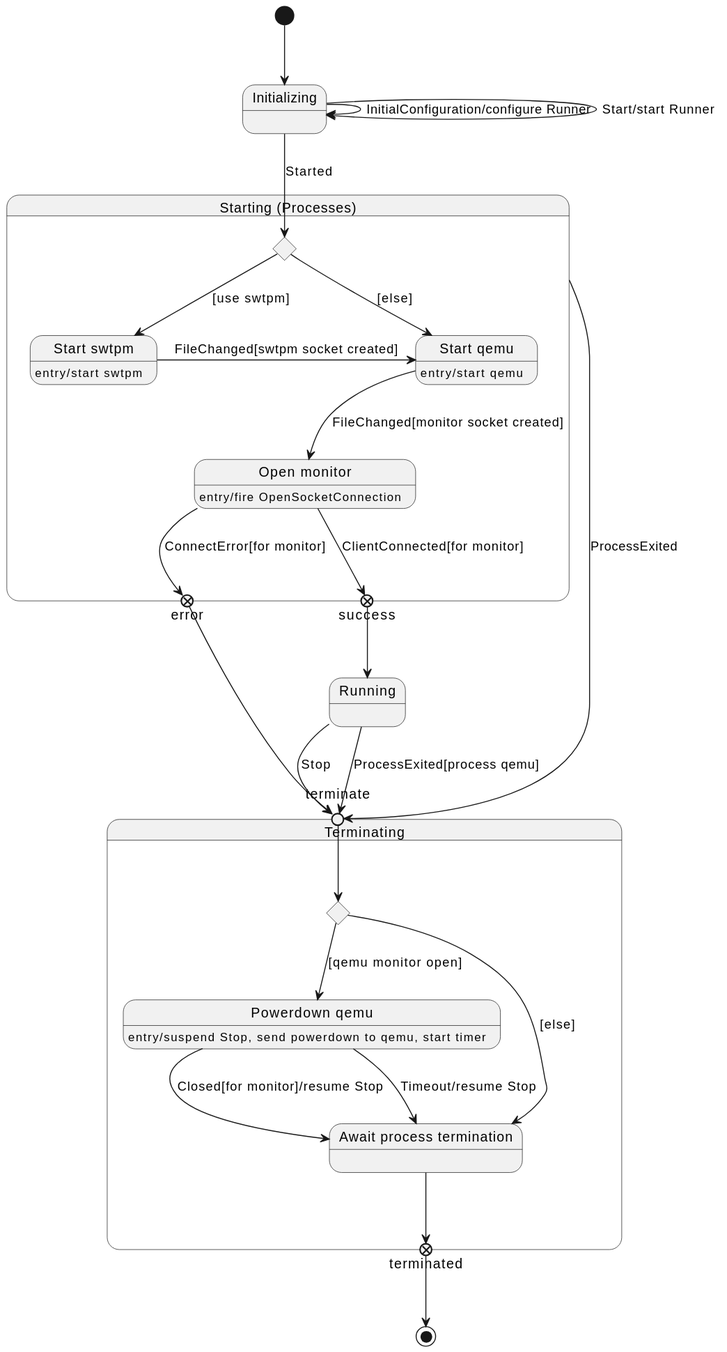
The PlantUML diagram javadoc/org/jdrupes/vmoperator/runner/qemu/RunnerStates.svg in mnlipp/VM-Operator, before a commit. The source it was exported from:
```plantuml
@startuml
[*] --> Initializing
 Initializing -> Initializing: InitialConfiguration/configure Runner
 Initializing -> Initializing: Start/start Runner

 state "Starting (Processes)" as StartingProcess {

     state which <<choice>>
     state "Start swtpm" as swtpm
     state "Start qemu" as qemu
     state "Open monitor" as monitor
     state success <<exitPoint>>
     state error <<exitPoint>>

     which --> swtpm: [use swtpm]
     which --> qemu: [else]

     swtpm: entry/start swtpm
     swtpm -> qemu: FileChanged[swtpm socket created]

     qemu: entry/start qemu
     qemu --> monitor : FileChanged[monitor socket created]

     monitor: entry/fire OpenSocketConnection
     monitor --> success: ClientConnected[for monitor]
     monitor -> error: ConnectError[for monitor]
 }

 Initializing --> which: Started

 success --> Running

 state Terminating {
     state terminate <<entryPoint>>
     state qemuRunning <<choice>>
     state terminated <<exitPoint>>
     state "Powerdown qemu" as qemuPowerdown
     state "Await process termination" as terminateProcesses

     terminate --> qemuRunning
     qemuRunning --> qemuPowerdown:[qemu monitor open]
     qemuRunning --> terminateProcesses:[else]

     qemuPowerdown: entry/suspend Stop, send powerdown to qemu, start timer

     qemuPowerdown --> terminateProcesses: Closed[for monitor]/resume Stop
     qemuPowerdown --> terminateProcesses: Timeout/resume Stop
     terminateProcesses --> terminated
 }

 Running --> terminate: Stop
 Running --> terminate: ProcessExited[process qemu]
 error --> terminate
 StartingProcess --> terminate: ProcessExited


 terminated --> [*]
@enduml
```
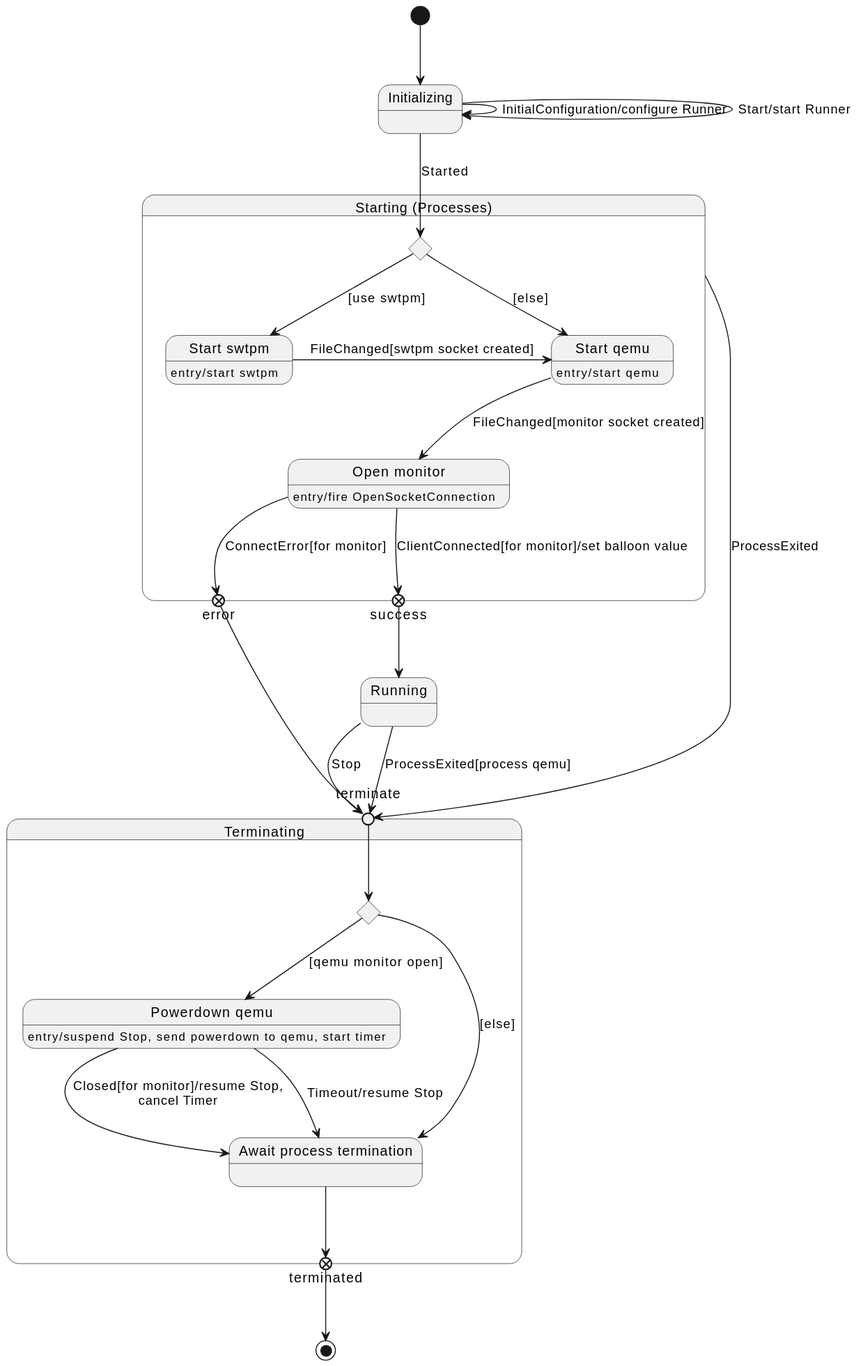
Above is the later version.

What changed in the source:
```diff
@@ -22,7 +22,7 @@
      qemu --> monitor : FileChanged[monitor socket created]
 
      monitor: entry/fire OpenSocketConnection
-     monitor --> success: ClientConnected[for monitor]
+     monitor --> success: ClientConnected[for monitor]/set balloon value
      monitor -> error: ConnectError[for monitor]
  }
 
@@ -43,7 +43,7 @@
 
      qemuPowerdown: entry/suspend Stop, send powerdown to qemu, start timer
 
-     qemuPowerdown --> terminateProcesses: Closed[for monitor]/resume Stop
+     qemuPowerdown --> terminateProcesses: Closed[for monitor]/resume Stop,\ncancel Timer
      qemuPowerdown --> terminateProcesses: Timeout/resume Stop
      terminateProcesses --> terminated
  }
```
